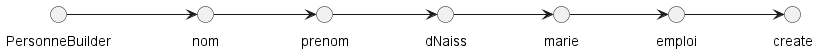
Earlier version of the PlantUML export src/docs/asciidoc/images/fluentCas4_1.png (stef38-code/bibliotheque).
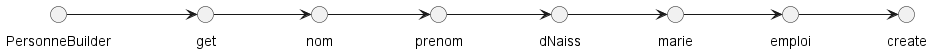
Above is the later version.

The edit, as a diff of the source:
```diff
@@ -2,13 +2,15 @@
 
 left to right direction
 circle PersonneBuilder
+circle get
 circle nom
 circle prenom
 circle dNaiss
 circle emploi
 circle marie
 circle create
-PersonneBuilder --> nom
+PersonneBuilder --> get
+get --> nom
 nom --> prenom
 prenom --> dNaiss
 dNaiss --> marie
```
